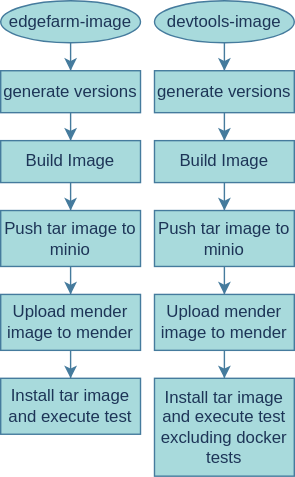
Above: doc/yocto-images-pipelines.drawio.svg in ci4rail/yocto-images (draw.io), before the change. Source tidied: cells renumbered, new cells last; positions are measured from the earlier drawing's top-left corner, leaving out a move shared by most shapes.
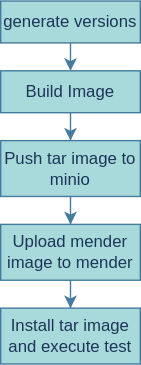
After the change.

What changed in the source:
```diff
@@ -2,71 +2,32 @@
   <root>
     <mxCell id="0" />
     <mxCell id="1" parent="0" />
-    <mxCell id="2" style="edgeStyle=orthogonalEdgeStyle;rounded=0;jettySize=auto;html=1;labelBackgroundColor=#F1FAEE;strokeColor=#457B9D;fontColor=#1D3557;" parent="1" edge="1" source="3" target="7">
-      <mxGeometry relative="1" as="geometry" />
-    </mxCell>
-    <mxCell id="3" value="edgefarm-image" style="ellipse;whiteSpace=wrap;html=1;fillColor=#A8DADC;strokeColor=#457B9D;fontColor=#1D3557;" parent="1" vertex="1">
-      <mxGeometry width="100" height="30" as="geometry" />
-    </mxCell>
-    <mxCell id="4" style="edgeStyle=orthogonalEdgeStyle;rounded=0;jettySize=auto;html=1;entryX=0.5;entryY=0;entryDx=0;entryDy=0;labelBackgroundColor=#F1FAEE;strokeColor=#457B9D;fontColor=#1D3557;" parent="1" edge="1" source="5" target="9">
-      <mxGeometry relative="1" as="geometry" />
-    </mxCell>
-    <mxCell id="5" value="devtools-image" style="ellipse;whiteSpace=wrap;html=1;fillColor=#A8DADC;strokeColor=#457B9D;fontColor=#1D3557;" parent="1" vertex="1">
-      <mxGeometry x="110" width="100" height="30" as="geometry" />
-    </mxCell>
     <mxCell id="6" style="edgeStyle=orthogonalEdgeStyle;rounded=0;jettySize=auto;html=1;labelBackgroundColor=#F1FAEE;strokeColor=#457B9D;fontColor=#1D3557;" parent="1" edge="1" source="7" target="11">
       <mxGeometry relative="1" as="geometry" />
     </mxCell>
     <mxCell id="7" value="generate&amp;nbsp;versions" style="rounded=0;whiteSpace=wrap;html=1;fillColor=#A8DADC;strokeColor=#457B9D;fontColor=#1D3557;" parent="1" vertex="1">
       <mxGeometry y="50" width="100" height="30" as="geometry" />
     </mxCell>
-    <mxCell id="8" style="edgeStyle=orthogonalEdgeStyle;rounded=0;jettySize=auto;html=1;labelBackgroundColor=#F1FAEE;strokeColor=#457B9D;fontColor=#1D3557;" parent="1" edge="1" source="9" target="13">
-      <mxGeometry relative="1" as="geometry" />
-    </mxCell>
-    <mxCell id="9" value="generate&amp;nbsp;versions" style="rounded=0;whiteSpace=wrap;html=1;fillColor=#A8DADC;strokeColor=#457B9D;fontColor=#1D3557;" parent="1" vertex="1">
-      <mxGeometry x="110" y="50" width="100" height="30" as="geometry" />
-    </mxCell>
     <mxCell id="10" style="edgeStyle=orthogonalEdgeStyle;rounded=0;jettySize=auto;html=1;entryX=0.5;entryY=0;entryDx=0;entryDy=0;labelBackgroundColor=#F1FAEE;strokeColor=#457B9D;fontColor=#1D3557;" parent="1" edge="1" source="11" target="15">
       <mxGeometry relative="1" as="geometry" />
     </mxCell>
     <mxCell id="11" value="Build Image" style="rounded=0;whiteSpace=wrap;html=1;fillColor=#A8DADC;strokeColor=#457B9D;fontColor=#1D3557;" parent="1" vertex="1">
       <mxGeometry y="100" width="100" height="30" as="geometry" />
     </mxCell>
-    <mxCell id="12" style="edgeStyle=orthogonalEdgeStyle;rounded=0;jettySize=auto;html=1;labelBackgroundColor=#F1FAEE;strokeColor=#457B9D;fontColor=#1D3557;" parent="1" edge="1" source="13" target="17">
-      <mxGeometry relative="1" as="geometry" />
-    </mxCell>
-    <mxCell id="13" value="Build Image" style="rounded=0;whiteSpace=wrap;html=1;fillColor=#A8DADC;strokeColor=#457B9D;fontColor=#1D3557;" parent="1" vertex="1">
-      <mxGeometry x="110" y="100" width="100" height="30" as="geometry" />
-    </mxCell>
     <mxCell id="14" style="edgeStyle=orthogonalEdgeStyle;rounded=0;jettySize=auto;html=1;labelBackgroundColor=#F1FAEE;strokeColor=#457B9D;fontColor=#1D3557;" parent="1" edge="1" source="15" target="19">
       <mxGeometry relative="1" as="geometry" />
     </mxCell>
     <mxCell id="15" value="Push tar image to minio" style="rounded=0;whiteSpace=wrap;html=1;fillColor=#A8DADC;strokeColor=#457B9D;fontColor=#1D3557;" parent="1" vertex="1">
       <mxGeometry y="150" width="100" height="40" as="geometry" />
     </mxCell>
-    <mxCell id="16" style="edgeStyle=orthogonalEdgeStyle;rounded=0;jettySize=auto;html=1;entryX=0.5;entryY=0;entryDx=0;entryDy=0;labelBackgroundColor=#F1FAEE;strokeColor=#457B9D;fontColor=#1D3557;" parent="1" edge="1" source="17" target="21">
-      <mxGeometry relative="1" as="geometry" />
-    </mxCell>
-    <mxCell id="17" value="Push tar image to minio" style="rounded=0;whiteSpace=wrap;html=1;fillColor=#A8DADC;strokeColor=#457B9D;fontColor=#1D3557;" parent="1" vertex="1">
-      <mxGeometry x="110" y="150" width="100" height="40" as="geometry" />
-    </mxCell>
     <mxCell id="18" style="edgeStyle=orthogonalEdgeStyle;rounded=0;jettySize=auto;html=1;labelBackgroundColor=#F1FAEE;strokeColor=#457B9D;fontColor=#1D3557;" parent="1" edge="1" source="19" target="22">
       <mxGeometry relative="1" as="geometry" />
     </mxCell>
     <mxCell id="19" value="Upload mender image to mender" style="rounded=0;whiteSpace=wrap;html=1;fillColor=#A8DADC;strokeColor=#457B9D;fontColor=#1D3557;" parent="1" vertex="1">
       <mxGeometry y="210" width="100" height="40" as="geometry" />
     </mxCell>
-    <mxCell id="20" style="edgeStyle=orthogonalEdgeStyle;rounded=0;jettySize=auto;html=1;labelBackgroundColor=#F1FAEE;strokeColor=#457B9D;fontColor=#1D3557;" parent="1" edge="1" source="21" target="23">
-      <mxGeometry relative="1" as="geometry" />
-    </mxCell>
-    <mxCell id="21" value="Upload mender image to mender" style="rounded=0;whiteSpace=wrap;html=1;fillColor=#A8DADC;strokeColor=#457B9D;fontColor=#1D3557;" parent="1" vertex="1">
-      <mxGeometry x="110" y="210" width="100" height="40" as="geometry" />
-    </mxCell>
     <mxCell id="22" value="Install tar image and execute test" style="rounded=0;whiteSpace=wrap;html=1;fillColor=#A8DADC;strokeColor=#457B9D;fontColor=#1D3557;" parent="1" vertex="1">
       <mxGeometry y="270" width="100" height="40" as="geometry" />
     </mxCell>
-    <mxCell id="23" value="Install tar image and execute test excluding docker tests" style="rounded=0;whiteSpace=wrap;html=1;fillColor=#A8DADC;strokeColor=#457B9D;fontColor=#1D3557;" parent="1" vertex="1">
-      <mxGeometry x="110" y="270" width="100" height="70" as="geometry" />
-    </mxCell>
   </root>
 </mxGraphModel>
```
